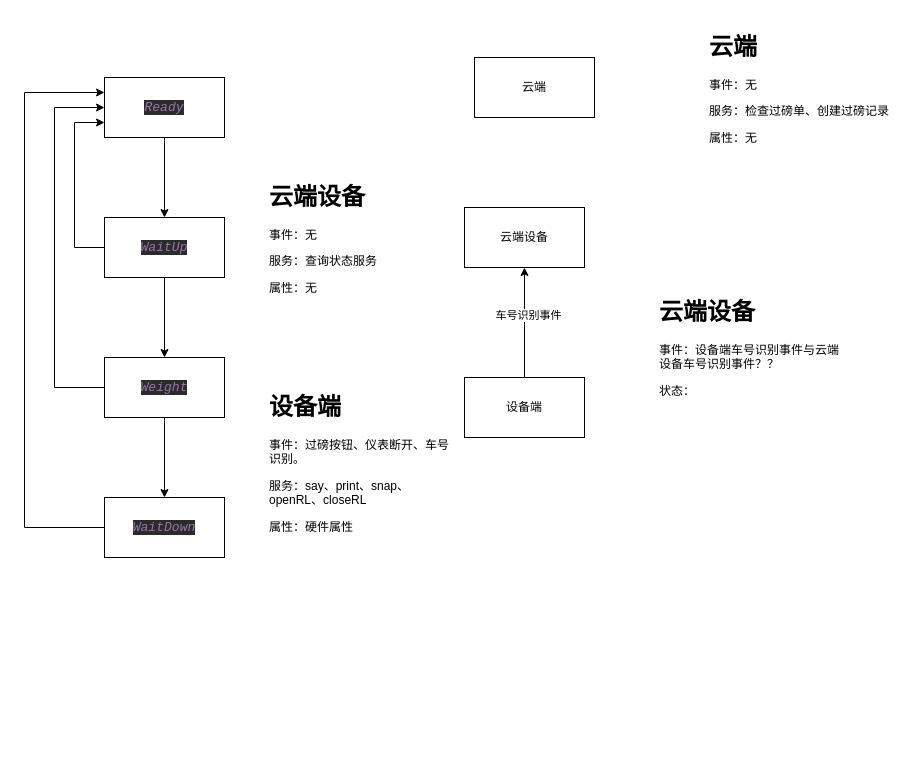
The draw.io diagram v2weigh.drawio in lipeng260/drawio, before the edit. Source tidied: cells renumbered, new cells numbered last; positions are measured from the earlier drawing's top-left corner, leaving out a move shared by most shapes. Both pictures are drawn from the tidied source at 100%, with x=0, y=0 at pixel (24, 27).
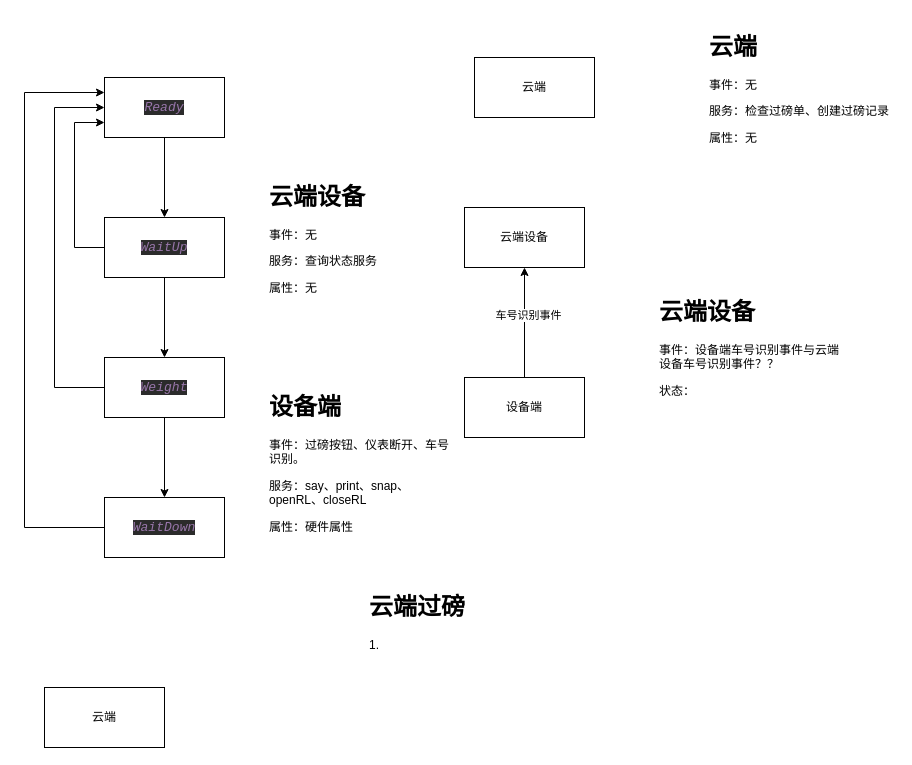
The same page after the edit.

Change to the diagram source:
```diff
@@
+    <mxCell id="21" value="云端" style="rounded=0;whiteSpace=wrap;html=1;" parent="1" vertex="1">
+      <mxGeometry x="20" y="660" width="120" height="60" as="geometry" />
+    </mxCell>
+    <mxCell id="22" value="&lt;h1&gt;云端过磅&lt;/h1&gt;&lt;p&gt;1.&amp;nbsp;&lt;/p&gt;" style="text;html=1;strokeColor=none;fillColor=none;spacing=5;spacingTop=-20;whiteSpace=wrap;overflow=hidden;rounded=0;" parent="1" vertex="1">
+      <mxGeometry x="340" y="560" width="190" height="120" as="geometry" />
+    </mxCell>
```
